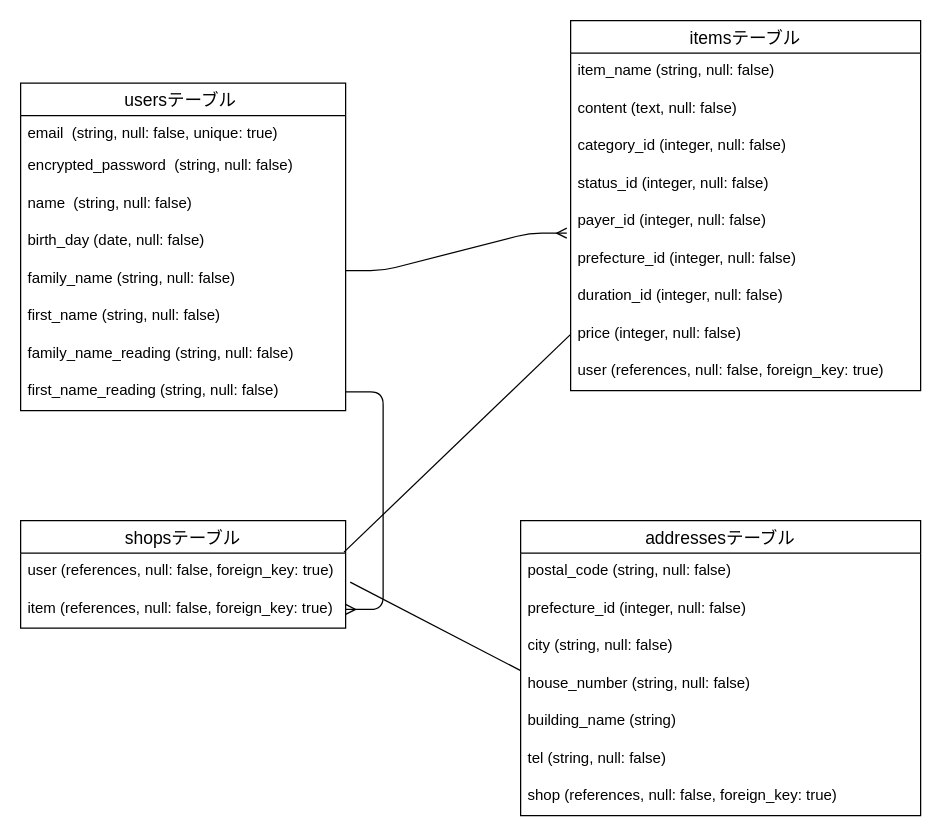
Before: furima-39267.dio in okuroshiro/furima-39267, a draw.io diagram. Source tidied: cells renumbered, new cells numbered last; positions are measured from the earlier drawing's top-left corner, leaving out a move shared by most shapes. Both pictures are drawn from the tidied source at 125%, with x=0, y=0 at pixel (20, 20).
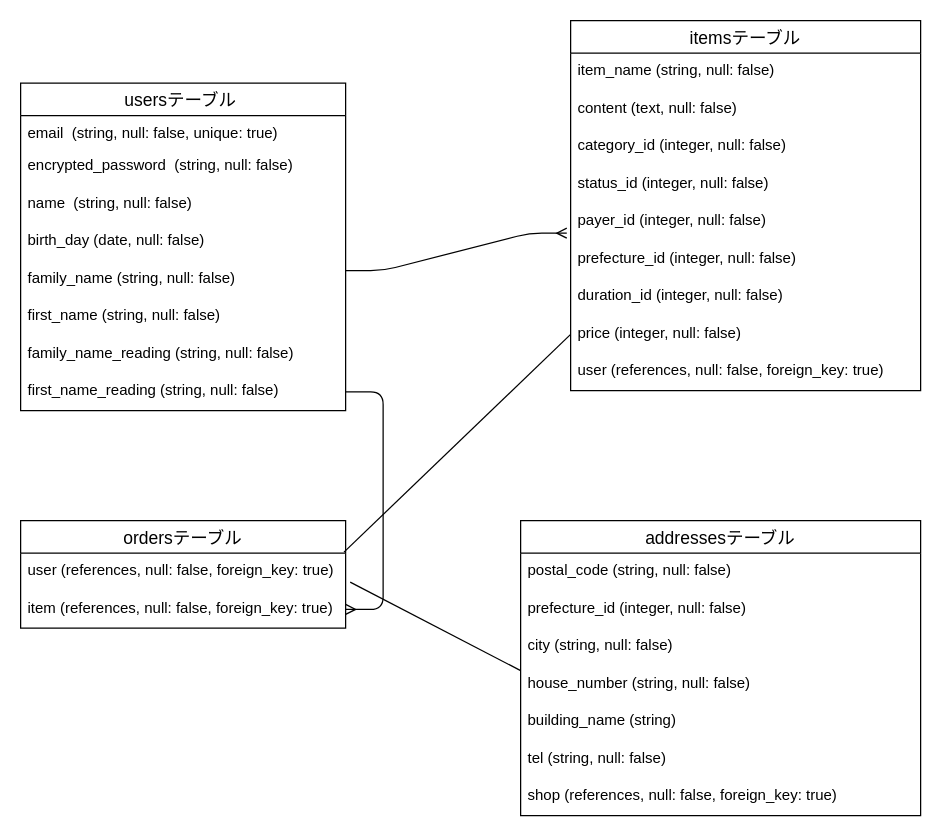
After the change.

Commit message (it also covers changes not shown here):
テーブル名変更

What changed in the source:
```diff
@@
-    <mxCell id="29" value="shopsテーブル" style="swimlane;fontStyle=0;horizontal=1;startSize=26;align=center;fontSize=14;" parent="1" vertex="1">
+    <mxCell id="29" value="ordersテーブル" style="swimlane;fontStyle=0;horizontal=1;startSize=26;align=center;fontSize=14;" parent="1" vertex="1">
       <mxGeometry y="400" width="260" height="86" as="geometry" />
     </mxCell>
```
